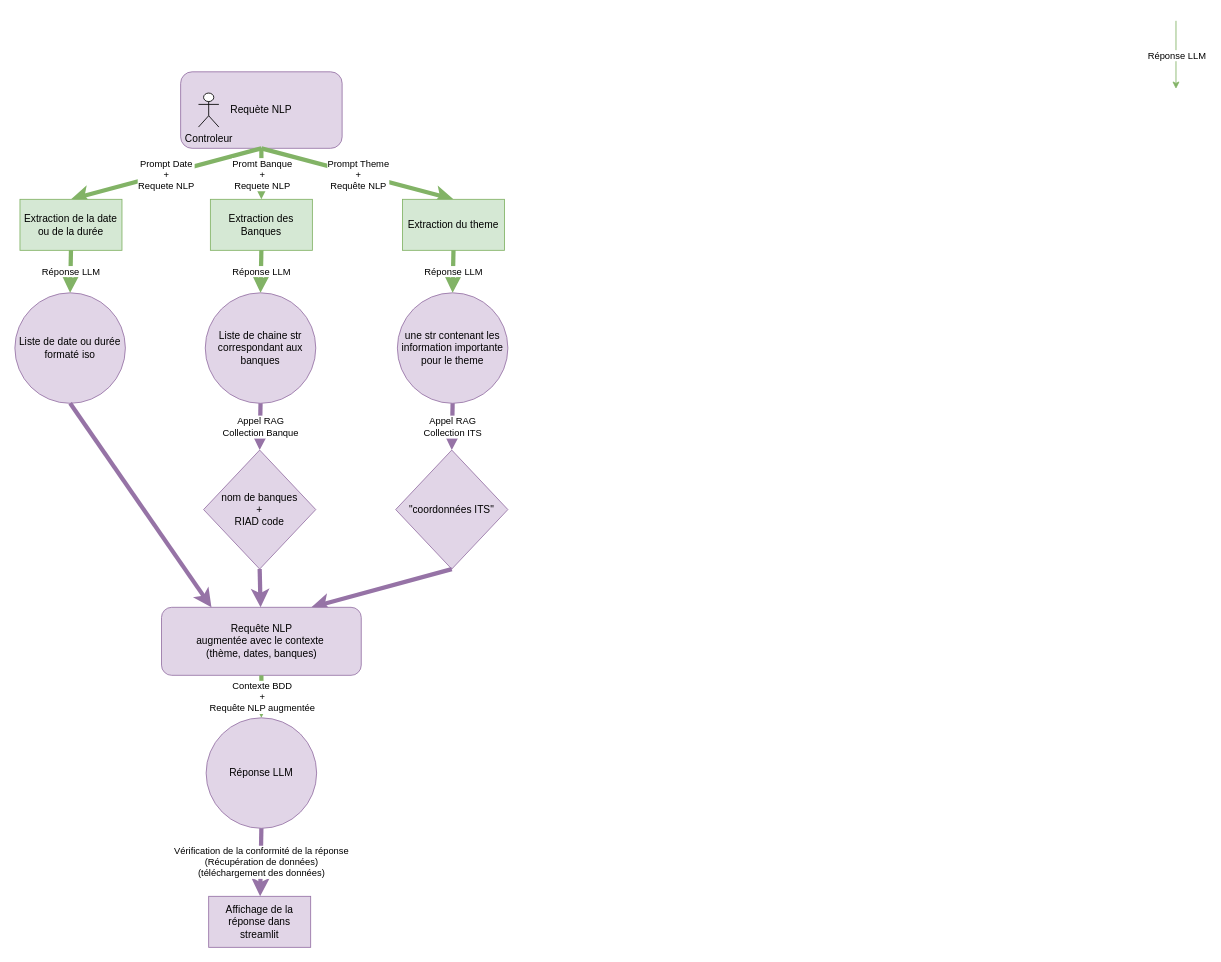
Before: Diagramme sans nom.drawio in Guillaume-Lombardo/dotfiles, a draw.io diagram. Source tidied: cells renumbered, new cells numbered last; positions are measured from the earlier drawing's top-left corner, leaving out a move shared by most shapes. Both pictures are drawn from the tidied source at 85%, with x=0, y=0 at pixel (14, 20).
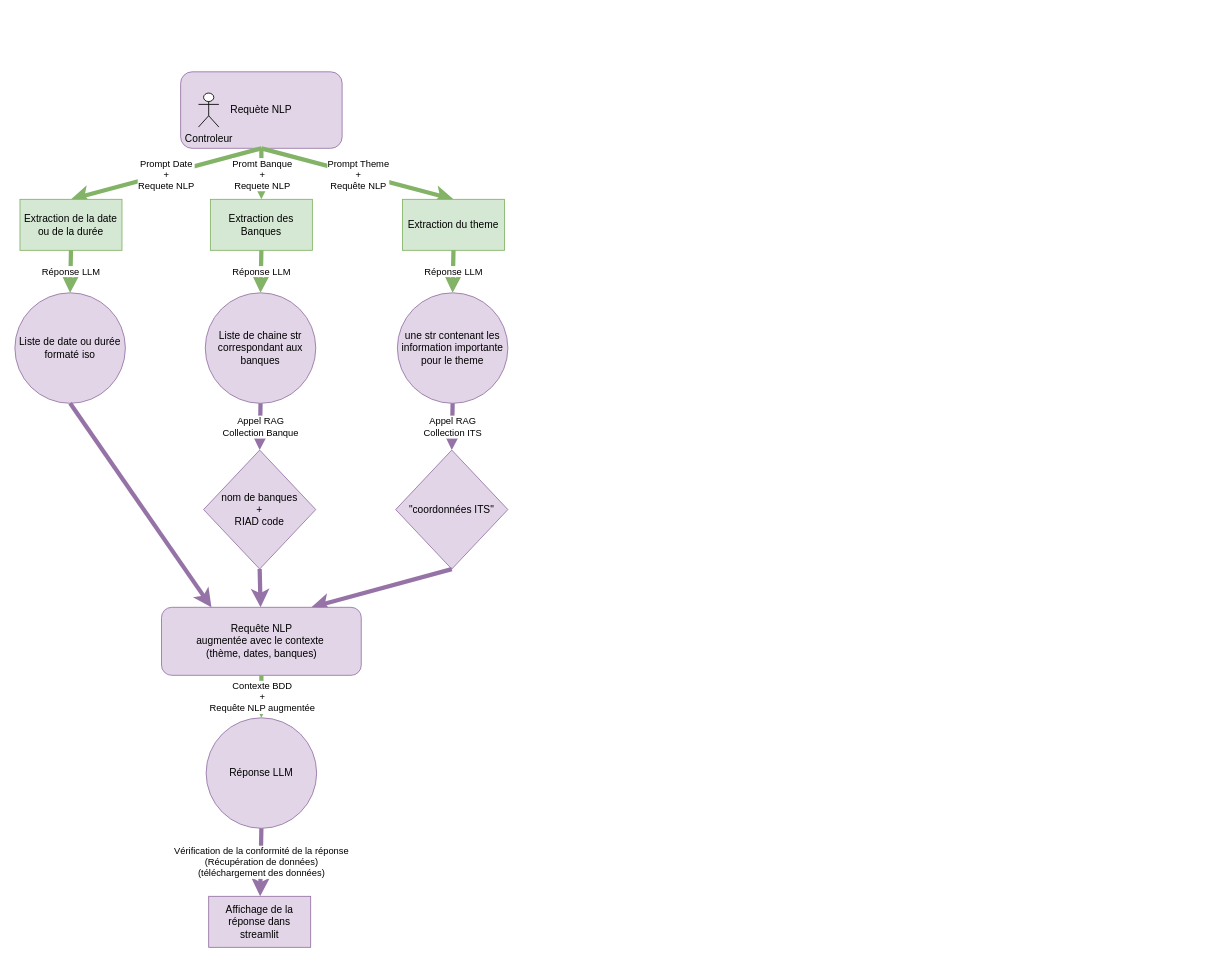
After the change.

Commit message:
Mettre à jour Diagramme sans nom.drawio

Change to the diagram source:
```diff
@@
-    <mxCell id="18" style="endArrow=classic;html=1;rounded=0;exitX=0.5;exitY=1;exitDx=0;exitDy=0;fillColor=#d5e8d4;strokeColor=#82b366;" parent="1" edge="1">
-      <mxGeometry relative="1" as="geometry">
-        <mxPoint x="1366" as="sourcePoint" />
-        <mxPoint x="1366" y="80" as="targetPoint" />
-      </mxGeometry>
-    </mxCell>
-    <mxCell id="19" value="Réponse LLM" style="edgeLabel;html=1;align=center;verticalAlign=middle;" parent="18" vertex="1">
-      <mxGeometry relative="1" as="geometry" />
-    </mxCell>
```
